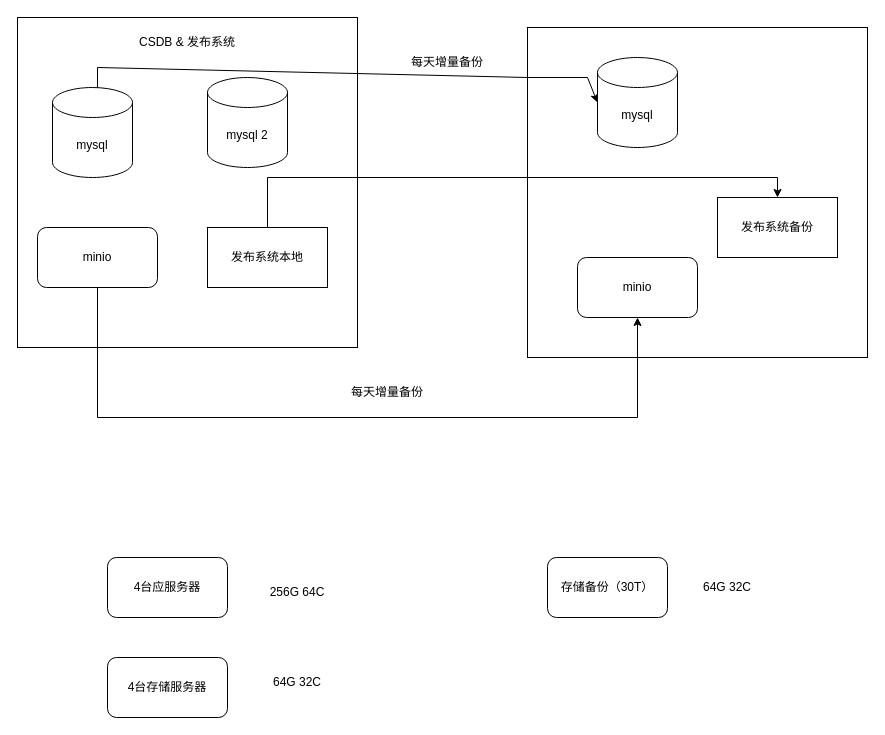
Above: csdb/未命名绘图.drawio in DemonHan/KuickBuy (draw.io), before the change. Source tidied: cells renumbered, new cells numbered last; positions are measured from the earlier drawing's top-left corner, leaving out a move shared by most shapes. Both pictures are drawn from the tidied source at 100%, with x=0, y=0 at pixel (17, 17).
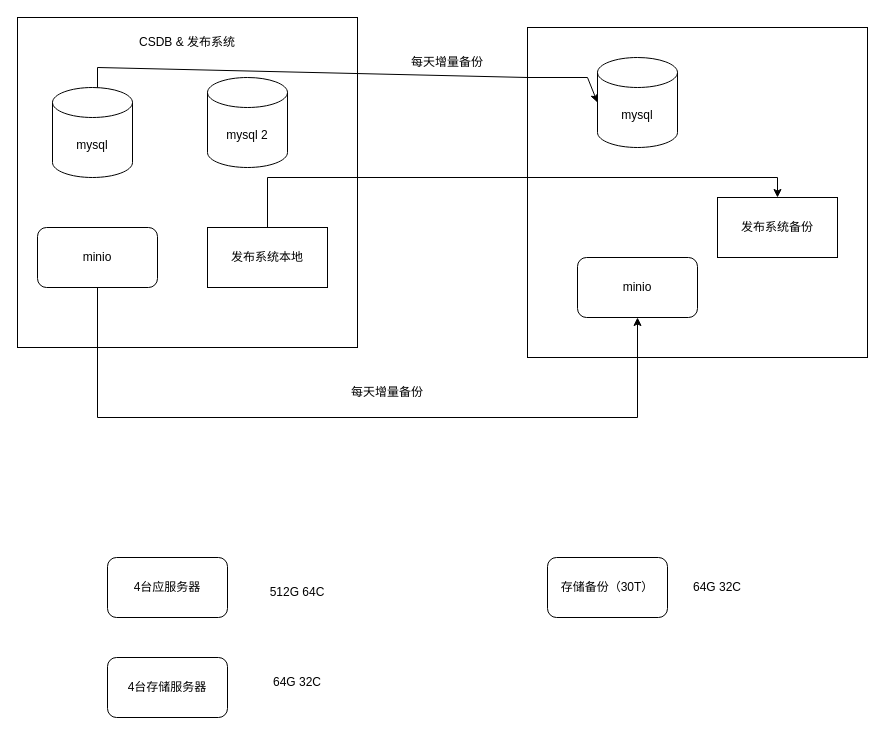
Above is the later version.

Commit message:
更新未命名绘图.drawio

The edit, as a diff of the source:
```diff
@@
-    <mxCell id="20" value="256G 64C" style="text;html=1;align=center;verticalAlign=middle;whiteSpace=wrap;rounded=0;" parent="1" vertex="1">
+    <mxCell id="20" value="512G 64C" style="text;html=1;align=center;verticalAlign=middle;whiteSpace=wrap;rounded=0;" parent="1" vertex="1">
       <mxGeometry x="250" y="560" width="60" height="30" as="geometry" />
     </mxCell>
@@
     <mxCell id="22" value="64G 32C" style="text;html=1;align=center;verticalAlign=middle;whiteSpace=wrap;rounded=0;" parent="1" vertex="1">
-      <mxGeometry x="680" y="555" width="60" height="30" as="geometry" />
+      <mxGeometry x="670" y="555" width="60" height="30" as="geometry" />
     </mxCell>
```
